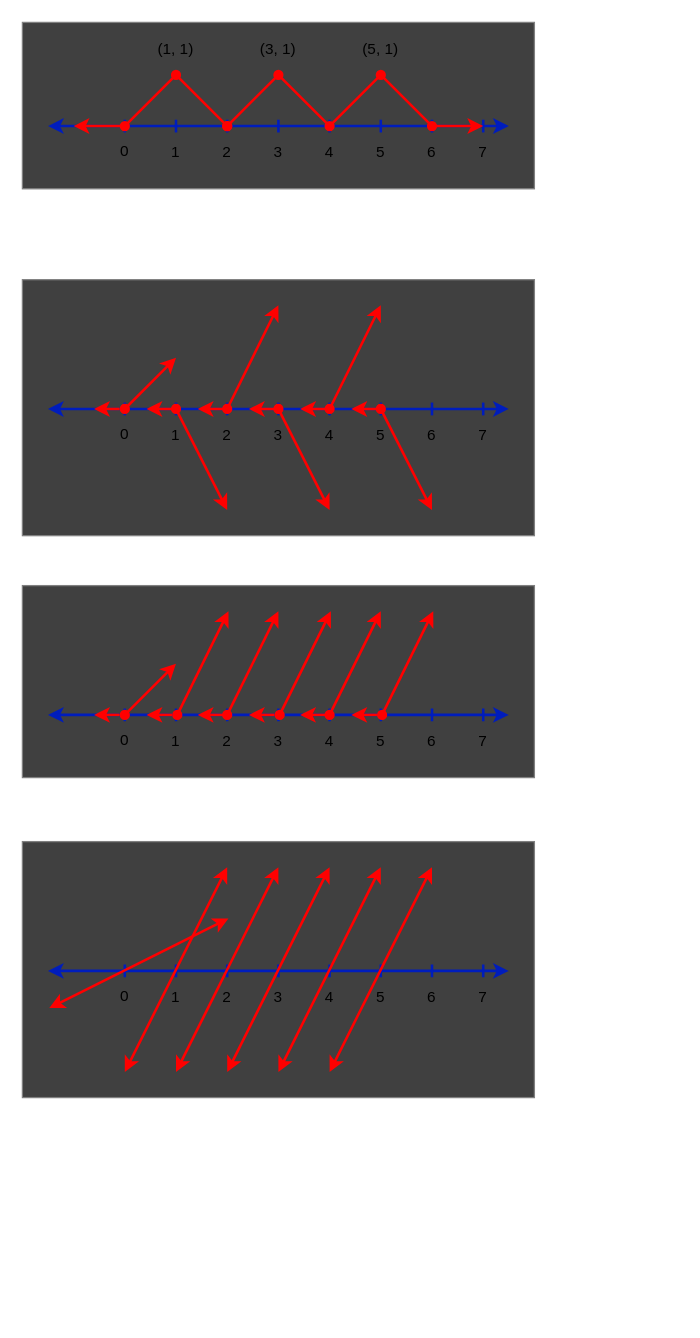
The draw.io diagram page "sawtooth" (7 of 11) of documentation/diagrams.drawio in MikeHopcroft/relu-experiments, before the edit. Source tidied: cells renumbered, new cells numbered last; positions are measured from the earlier drawing's top-left corner, leaving out a move shared by most shapes. Both pictures are drawn from the tidied source at 128%, with x=0, y=0 at pixel (22, 22).
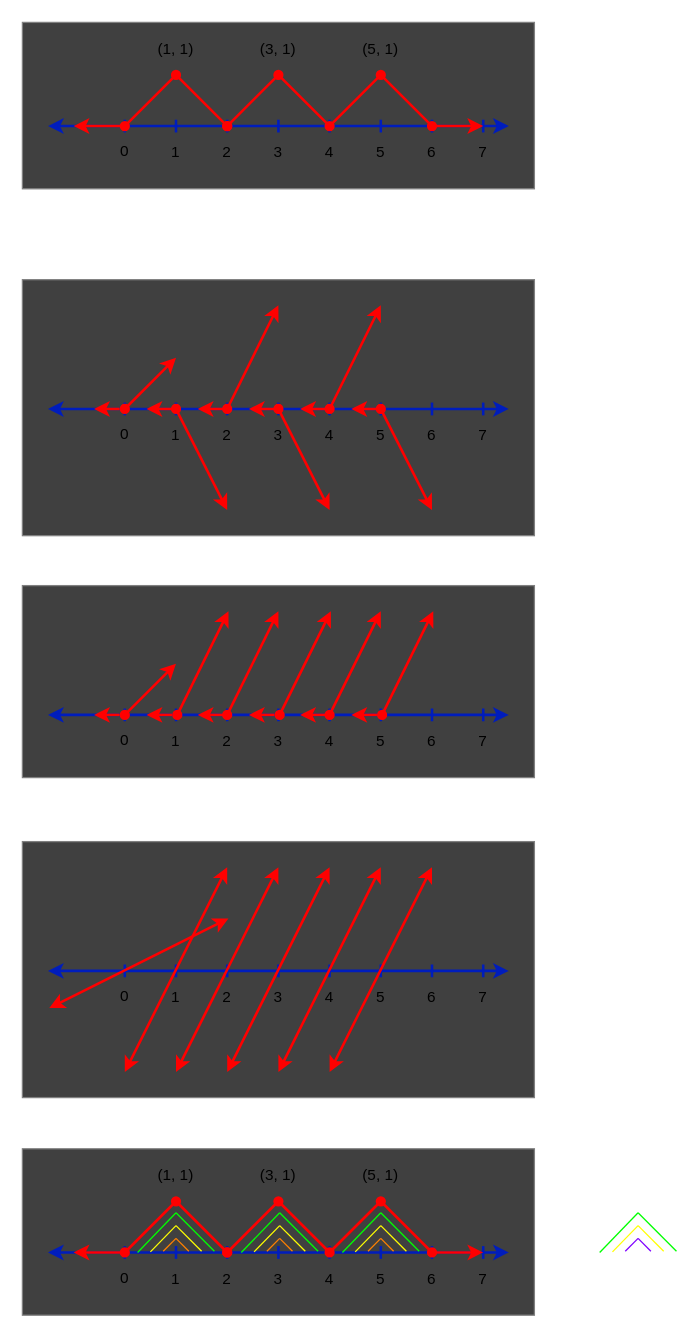
The same page after the edit.

Diff of the diagram source:
```diff
@@
+    <mxCell id="115" style="rounded=0;whiteSpace=wrap;html=1;fillColor=#404040;strokeColor=#808080;" parent="1" vertex="1">
+      <mxGeometry y="880" width="400" height="130" as="geometry" />
+    </mxCell>
+    <mxCell id="116" style="endArrow=classic;html=1;rounded=0;strokeWidth=2;strokeColor=#001DBC;fillColor=#0050ef;startArrow=classic;startFill=1;endFill=1;" parent="1" edge="1">
+      <mxGeometry relative="1" as="geometry">
+        <mxPoint x="380" y="961" as="sourcePoint" />
+        <mxPoint x="20" y="961" as="targetPoint" />
+      </mxGeometry>
+    </mxCell>
+    <mxCell id="117" style="endArrow=none;html=1;rounded=0;strokeWidth=2;strokeColor=#001DBC;fillColor=#0050ef;" parent="1" edge="1">
+      <mxGeometry relative="1" as="geometry">
+        <mxPoint x="80" y="966" as="sourcePoint" />
+        <mxPoint x="80" y="956" as="targetPoint" />
+        <Array as="points">
+          <mxPoint x="80" y="966" />
+        </Array>
+      </mxGeometry>
+    </mxCell>
+    <mxCell id="118" style="endArrow=none;html=1;rounded=0;strokeWidth=2;strokeColor=#001DBC;fillColor=#0050ef;" parent="1" edge="1">
+      <mxGeometry relative="1" as="geometry">
+        <mxPoint x="120" y="966" as="sourcePoint" />
+        <mxPoint x="120" y="956" as="targetPoint" />
+      </mxGeometry>
+    </mxCell>
+    <mxCell id="119" style="endArrow=none;html=1;rounded=0;strokeWidth=2;strokeColor=#001DBC;fillColor=#0050ef;" parent="1" edge="1">
+      <mxGeometry relative="1" as="geometry">
+        <mxPoint x="160" y="966" as="sourcePoint" />
+        <mxPoint x="160" y="956" as="targetPoint" />
+      </mxGeometry>
+    </mxCell>
+    <mxCell id="120" style="endArrow=none;html=1;rounded=0;strokeWidth=2;strokeColor=#001DBC;fillColor=#0050ef;" parent="1" edge="1">
+      <mxGeometry relative="1" as="geometry">
+        <mxPoint x="200" y="966" as="sourcePoint" />
+        <mxPoint x="200" y="956" as="targetPoint" />
+      </mxGeometry>
+    </mxCell>
+    <mxCell id="121" style="endArrow=none;html=1;rounded=0;strokeWidth=2;strokeColor=#001DBC;fillColor=#0050ef;" parent="1" edge="1">
+      <mxGeometry relative="1" as="geometry">
+        <mxPoint x="240" y="966" as="sourcePoint" />
+        <mxPoint x="240" y="956" as="targetPoint" />
+      </mxGeometry>
+    </mxCell>
+    <mxCell id="122" style="endArrow=none;html=1;rounded=0;strokeWidth=2;strokeColor=#001DBC;fillColor=#0050ef;" parent="1" edge="1">
+      <mxGeometry relative="1" as="geometry">
+        <mxPoint x="280" y="966" as="sourcePoint" />
+        <mxPoint x="280" y="956" as="targetPoint" />
+      </mxGeometry>
+    </mxCell>
+    <mxCell id="123" style="endArrow=none;html=1;rounded=0;strokeWidth=2;strokeColor=#001DBC;fillColor=#0050ef;" parent="1" edge="1">
+      <mxGeometry relative="1" as="geometry">
+        <mxPoint x="320" y="966" as="sourcePoint" />
+        <mxPoint x="320" y="956" as="targetPoint" />
+      </mxGeometry>
+    </mxCell>
+    <mxCell id="124" style="endArrow=none;html=1;rounded=0;strokeWidth=2;strokeColor=#001DBC;fillColor=#0050ef;" parent="1" edge="1">
+      <mxGeometry relative="1" as="geometry">
+        <mxPoint x="360" y="966" as="sourcePoint" />
+        <mxPoint x="360" y="956" as="targetPoint" />
+      </mxGeometry>
+    </mxCell>
+    <mxCell id="125" value="0" style="text;strokeColor=none;align=center;fillColor=none;html=1;verticalAlign=middle;whiteSpace=wrap;rounded=0;" parent="1" vertex="1">
+      <mxGeometry x="70" y="971" width="20" height="20" as="geometry" />
+    </mxCell>
+    <mxCell id="126" value="1" style="text;strokeColor=none;align=center;fillColor=none;html=1;verticalAlign=middle;whiteSpace=wrap;rounded=0;" parent="1" vertex="1">
+      <mxGeometry x="110" y="972" width="20" height="20" as="geometry" />
+    </mxCell>
+    <mxCell id="127" value="2" style="text;strokeColor=none;align=center;fillColor=none;html=1;verticalAlign=middle;whiteSpace=wrap;rounded=0;" parent="1" vertex="1">
+      <mxGeometry x="150" y="972" width="20" height="20" as="geometry" />
+    </mxCell>
+    <mxCell id="128" value="3" style="text;strokeColor=none;align=center;fillColor=none;html=1;verticalAlign=middle;whiteSpace=wrap;rounded=0;" parent="1" vertex="1">
+      <mxGeometry x="190" y="972" width="20" height="20" as="geometry" />
+    </mxCell>
+    <mxCell id="129" value="4" style="text;strokeColor=none;align=center;fillColor=none;html=1;verticalAlign=middle;whiteSpace=wrap;rounded=0;" parent="1" vertex="1">
+      <mxGeometry x="230" y="972" width="20" height="20" as="geometry" />
+    </mxCell>
+    <mxCell id="130" value="5" style="text;strokeColor=none;align=center;fillColor=none;html=1;verticalAlign=middle;whiteSpace=wrap;rounded=0;" parent="1" vertex="1">
+      <mxGeometry x="270" y="972" width="20" height="20" as="geometry" />
+    </mxCell>
+    <mxCell id="131" value="6" style="text;strokeColor=none;align=center;fillColor=none;html=1;verticalAlign=middle;whiteSpace=wrap;rounded=0;" parent="1" vertex="1">
+      <mxGeometry x="310" y="972" width="20" height="20" as="geometry" />
+    </mxCell>
+    <mxCell id="132" value="7" style="text;strokeColor=none;align=center;fillColor=none;html=1;verticalAlign=middle;whiteSpace=wrap;rounded=0;" parent="1" vertex="1">
+      <mxGeometry x="350" y="972" width="20" height="20" as="geometry" />
+    </mxCell>
+    <mxCell id="133" style="endArrow=classic;startArrow=none;html=1;rounded=0;strokeWidth=2;strokeColor=#FF0000;startFill=0;" parent="1" edge="1">
+      <mxGeometry relative="1" as="geometry">
+        <mxPoint x="80" y="961" as="sourcePoint" />
+        <mxPoint x="40" y="961" as="targetPoint" />
+      </mxGeometry>
+    </mxCell>
+    <mxCell id="134" style="endArrow=oval;startArrow=oval;html=1;rounded=1;strokeWidth=2;strokeColor=#FF0000;startFill=1;endFill=1;curved=0;jumpStyle=none;" parent="1" edge="1">
+      <mxGeometry relative="1" as="geometry">
+        <mxPoint x="120" y="921" as="sourcePoint" />
+        <mxPoint x="80" y="961" as="targetPoint" />
+      </mxGeometry>
+    </mxCell>
+    <mxCell id="135" style="endArrow=oval;startArrow=none;html=1;rounded=0;strokeWidth=2;strokeColor=#FF0000;startFill=0;endFill=1;" parent="1" edge="1">
+      <mxGeometry relative="1" as="geometry">
+        <mxPoint x="200" y="921" as="sourcePoint" />
+        <mxPoint x="160" y="961" as="targetPoint" />
+      </mxGeometry>
+    </mxCell>
+    <mxCell id="136" style="endArrow=oval;startArrow=none;html=1;rounded=0;strokeWidth=2;strokeColor=#FF0000;startFill=0;endFill=1;" parent="1" edge="1">
+      <mxGeometry relative="1" as="geometry">
+        <mxPoint x="280" y="921" as="sourcePoint" />
+        <mxPoint x="240" y="961" as="targetPoint" />
+      </mxGeometry>
+    </mxCell>
+    <mxCell id="137" style="endArrow=oval;startArrow=none;html=1;rounded=0;strokeWidth=2;strokeColor=#FF0000;startFill=0;endFill=1;" parent="1" edge="1">
+      <mxGeometry relative="1" as="geometry">
+        <mxPoint x="240" y="961" as="sourcePoint" />
+        <mxPoint x="200" y="921" as="targetPoint" />
+      </mxGeometry>
+    </mxCell>
+    <mxCell id="138" style="endArrow=oval;startArrow=none;html=1;rounded=0;strokeWidth=2;strokeColor=#FF0000;startFill=0;endFill=1;" parent="1" edge="1">
+      <mxGeometry relative="1" as="geometry">
+        <mxPoint x="120" y="921" as="sourcePoint" />
+        <mxPoint x="160" y="961" as="targetPoint" />
+      </mxGeometry>
+    </mxCell>
+    <mxCell id="139" style="endArrow=oval;startArrow=oval;html=1;rounded=0;strokeWidth=2;strokeColor=#FF0000;startFill=1;endFill=1;" parent="1" edge="1">
+      <mxGeometry relative="1" as="geometry">
+        <mxPoint x="320" y="961" as="sourcePoint" />
+        <mxPoint x="280" y="921" as="targetPoint" />
+      </mxGeometry>
+    </mxCell>
+    <mxCell id="140" style="endArrow=classic;startArrow=none;html=1;rounded=0;strokeWidth=2;strokeColor=#FF0000;startFill=0;" parent="1" edge="1">
+      <mxGeometry relative="1" as="geometry">
+        <mxPoint x="320" y="961" as="sourcePoint" />
+        <mxPoint x="360" y="961" as="targetPoint" />
+      </mxGeometry>
+    </mxCell>
+    <mxCell id="141" value="(1, 1)" style="text;strokeColor=none;align=center;fillColor=none;html=1;verticalAlign=middle;whiteSpace=wrap;rounded=0;" parent="1" vertex="1">
+      <mxGeometry x="100" y="891" width="40" height="20" as="geometry" />
+    </mxCell>
+    <mxCell id="142" value="(3, 1)" style="text;strokeColor=none;align=center;fillColor=none;html=1;verticalAlign=middle;whiteSpace=wrap;rounded=0;" parent="1" vertex="1">
+      <mxGeometry x="180" y="891" width="40" height="20" as="geometry" />
+    </mxCell>
+    <mxCell id="143" value="(5, 1)" style="text;strokeColor=none;align=center;fillColor=none;html=1;verticalAlign=middle;whiteSpace=wrap;rounded=0;" parent="1" vertex="1">
+      <mxGeometry x="260" y="891" width="40" height="20" as="geometry" />
+    </mxCell>
+    <mxCell id="144" style="group;" parent="1" vertex="1">
+      <mxGeometry x="451" y="930" width="60" height="31" as="geometry" />
+    </mxCell>
+    <mxCell id="145" style="endArrow=none;html=1;rounded=0;strokeColor=#00FF00;" parent="144" edge="1">
+      <mxGeometry relative="1" as="geometry">
+        <mxPoint y="31" as="sourcePoint" />
+        <mxPoint x="30" as="targetPoint" />
+      </mxGeometry>
+    </mxCell>
+    <mxCell id="146" style="endArrow=none;html=1;rounded=0;strokeColor=#FFFF00;" parent="144" edge="1">
+      <mxGeometry relative="1" as="geometry">
+        <mxPoint x="10" y="30.5" as="sourcePoint" />
+        <mxPoint x="30" y="10" as="targetPoint" />
+      </mxGeometry>
+    </mxCell>
+    <mxCell id="147" style="endArrow=none;html=1;rounded=0;strokeColor=#7F00FF;" parent="144" edge="1">
+      <mxGeometry relative="1" as="geometry">
+        <mxPoint x="20" y="30" as="sourcePoint" />
+        <mxPoint x="30" y="20" as="targetPoint" />
+      </mxGeometry>
+    </mxCell>
+    <mxCell id="148" style="endArrow=none;html=1;rounded=0;strokeColor=#00FF00;" parent="144" edge="1">
+      <mxGeometry relative="1" as="geometry">
+        <mxPoint x="60" y="30" as="sourcePoint" />
+        <mxPoint x="30" as="targetPoint" />
+      </mxGeometry>
+    </mxCell>
+    <mxCell id="149" style="endArrow=none;html=1;rounded=0;strokeColor=#FFFF00;" parent="144" edge="1">
+      <mxGeometry relative="1" as="geometry">
+        <mxPoint x="50" y="30" as="sourcePoint" />
+        <mxPoint x="30" y="10" as="targetPoint" />
+      </mxGeometry>
+    </mxCell>
+    <mxCell id="150" style="endArrow=none;html=1;rounded=0;strokeColor=#7F00FF;" parent="144" edge="1">
+      <mxGeometry relative="1" as="geometry">
+        <mxPoint x="40" y="30" as="sourcePoint" />
+        <mxPoint x="30" y="20" as="targetPoint" />
+      </mxGeometry>
+    </mxCell>
+    <mxCell id="151" style="group;" parent="1" vertex="1">
+      <mxGeometry x="90" y="930" width="60" height="31" as="geometry" />
+    </mxCell>
+    <mxCell id="152" style="endArrow=none;html=1;rounded=0;strokeColor=#00FF00;" parent="151" edge="1">
+      <mxGeometry relative="1" as="geometry">
+        <mxPoint y="31" as="sourcePoint" />
+        <mxPoint x="30" as="targetPoint" />
+      </mxGeometry>
+    </mxCell>
+    <mxCell id="153" style="endArrow=none;html=1;rounded=0;strokeColor=#FFFF00;" parent="151" edge="1">
+      <mxGeometry relative="1" as="geometry">
+        <mxPoint x="10" y="30.5" as="sourcePoint" />
+        <mxPoint x="30" y="10" as="targetPoint" />
+      </mxGeometry>
+    </mxCell>
+    <mxCell id="154" style="endArrow=none;html=1;rounded=0;strokeColor=#FF8000;" parent="151" edge="1">
+      <mxGeometry relative="1" as="geometry">
+        <mxPoint x="20" y="30" as="sourcePoint" />
+        <mxPoint x="30" y="20" as="targetPoint" />
+      </mxGeometry>
+    </mxCell>
+    <mxCell id="155" style="endArrow=none;html=1;rounded=0;strokeColor=#00FF00;" parent="151" edge="1">
+      <mxGeometry relative="1" as="geometry">
+        <mxPoint x="60" y="30" as="sourcePoint" />
+        <mxPoint x="30" as="targetPoint" />
+      </mxGeometry>
+    </mxCell>
+    <mxCell id="156" style="endArrow=none;html=1;rounded=0;strokeColor=#FFFF00;" parent="151" edge="1">
+      <mxGeometry relative="1" as="geometry">
+        <mxPoint x="50" y="30" as="sourcePoint" />
+        <mxPoint x="30" y="10" as="targetPoint" />
+      </mxGeometry>
+    </mxCell>
+    <mxCell id="157" style="endArrow=none;html=1;rounded=0;strokeColor=#FF8000;" parent="151" edge="1">
+      <mxGeometry relative="1" as="geometry">
+        <mxPoint x="40" y="30" as="sourcePoint" />
+        <mxPoint x="30" y="20" as="targetPoint" />
+      </mxGeometry>
+    </mxCell>
+    <mxCell id="158" style="group;" parent="1" vertex="1">
+      <mxGeometry x="171" y="930" width="60" height="31" as="geometry" />
+    </mxCell>
+    <mxCell id="159" style="endArrow=none;html=1;rounded=0;strokeColor=#00FF00;" parent="158" edge="1">
+      <mxGeometry relative="1" as="geometry">
+        <mxPoint y="31" as="sourcePoint" />
+        <mxPoint x="30" as="targetPoint" />
+      </mxGeometry>
+    </mxCell>
+    <mxCell id="160" style="endArrow=none;html=1;rounded=0;strokeColor=#FFFF00;" parent="158" edge="1">
+      <mxGeometry relative="1" as="geometry">
+        <mxPoint x="10" y="30.5" as="sourcePoint" />
+        <mxPoint x="30" y="10" as="targetPoint" />
+      </mxGeometry>
+    </mxCell>
+    <mxCell id="161" style="endArrow=none;html=1;rounded=0;strokeColor=#FF8000;" parent="158" edge="1">
+      <mxGeometry relative="1" as="geometry">
+        <mxPoint x="20" y="30" as="sourcePoint" />
+        <mxPoint x="30" y="20" as="targetPoint" />
+      </mxGeometry>
+    </mxCell>
+    <mxCell id="162" style="endArrow=none;html=1;rounded=0;strokeColor=#00FF00;" parent="158" edge="1">
+      <mxGeometry relative="1" as="geometry">
+        <mxPoint x="60" y="30" as="sourcePoint" />
+        <mxPoint x="30" as="targetPoint" />
+      </mxGeometry>
+    </mxCell>
+    <mxCell id="163" style="endArrow=none;html=1;rounded=0;strokeColor=#FFFF00;" parent="158" edge="1">
+      <mxGeometry relative="1" as="geometry">
+        <mxPoint x="50" y="30" as="sourcePoint" />
+        <mxPoint x="30" y="10" as="targetPoint" />
+      </mxGeometry>
+    </mxCell>
+    <mxCell id="164" style="endArrow=none;html=1;rounded=0;strokeColor=#FF8000;" parent="158" edge="1">
+      <mxGeometry relative="1" as="geometry">
+        <mxPoint x="40" y="30" as="sourcePoint" />
+        <mxPoint x="30" y="20" as="targetPoint" />
+      </mxGeometry>
+    </mxCell>
+    <mxCell id="165" style="group;" parent="1" vertex="1">
+      <mxGeometry x="250" y="930" width="60" height="31" as="geometry" />
+    </mxCell>
+    <mxCell id="166" style="endArrow=none;html=1;rounded=0;strokeColor=#00FF00;" parent="165" edge="1">
+      <mxGeometry relative="1" as="geometry">
+        <mxPoint y="31" as="sourcePoint" />
+        <mxPoint x="30" as="targetPoint" />
+      </mxGeometry>
+    </mxCell>
+    <mxCell id="167" style="endArrow=none;html=1;rounded=0;strokeColor=#FFFF00;" parent="165" edge="1">
+      <mxGeometry relative="1" as="geometry">
+        <mxPoint x="10" y="30.5" as="sourcePoint" />
+        <mxPoint x="30" y="10" as="targetPoint" />
+      </mxGeometry>
+    </mxCell>
+    <mxCell id="168" style="endArrow=none;html=1;rounded=0;strokeColor=#FF8000;" parent="165" edge="1">
+      <mxGeometry relative="1" as="geometry">
+        <mxPoint x="20" y="30" as="sourcePoint" />
+        <mxPoint x="30" y="20" as="targetPoint" />
+      </mxGeometry>
+    </mxCell>
+    <mxCell id="169" style="endArrow=none;html=1;rounded=0;strokeColor=#00FF00;" parent="165" edge="1">
+      <mxGeometry relative="1" as="geometry">
+        <mxPoint x="60" y="30" as="sourcePoint" />
+        <mxPoint x="30" as="targetPoint" />
+      </mxGeometry>
+    </mxCell>
+    <mxCell id="170" style="endArrow=none;html=1;rounded=0;strokeColor=#FFFF00;" parent="165" edge="1">
+      <mxGeometry relative="1" as="geometry">
+        <mxPoint x="50" y="30" as="sourcePoint" />
+        <mxPoint x="30" y="10" as="targetPoint" />
+      </mxGeometry>
+    </mxCell>
+    <mxCell id="171" style="endArrow=none;html=1;rounded=0;strokeColor=#FF8000;" parent="165" edge="1">
+      <mxGeometry relative="1" as="geometry">
+        <mxPoint x="40" y="30" as="sourcePoint" />
+        <mxPoint x="30" y="20" as="targetPoint" />
+      </mxGeometry>
+    </mxCell>
```
